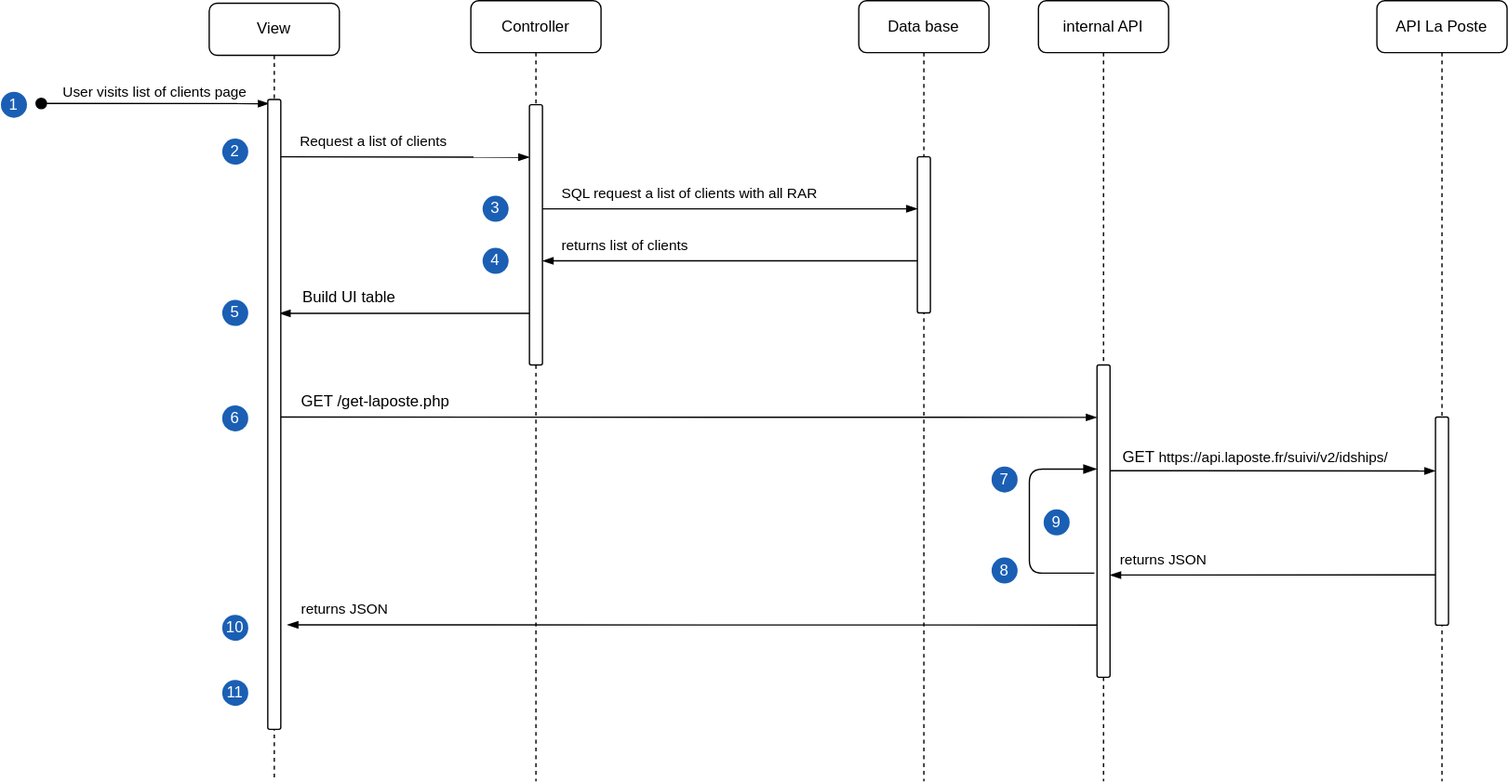
Earlier version of the draw.io export src/IMG/DIAGRAM-SEQUENCE-LAPOSTE_API.svg (Remi-Lerolle/Pages-perso). Source tidied: cells renumbered, new cells last; positions are measured from the earlier drawing's top-left corner, leaving out a move shared by most shapes.
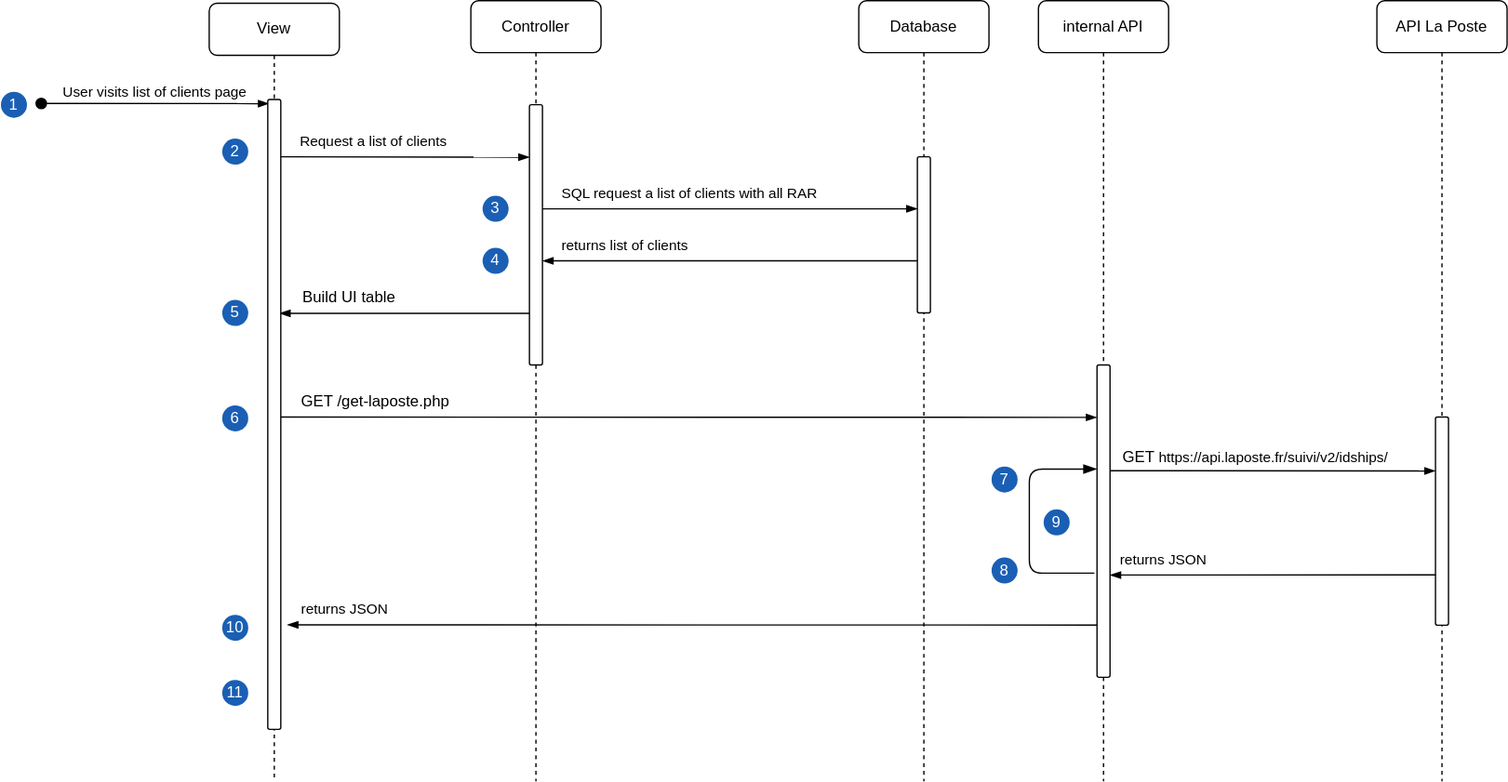
After the commit.

Diff of the diagram source:
```diff
@@ -14,7 +14,7 @@
         <mxPoint x="-155" y="79.1" as="targetPoint" />
       </mxGeometry>
     </mxCell>
-    <mxCell id="5" value="Data base" style="shape=umlLifeline;perimeter=lifelinePerimeter;whiteSpace=wrap;html=1;newEdgeStyle={&quot;edgeStyle&quot;:&quot;elbowEdgeStyle&quot;,&quot;elbow&quot;:&quot;vertical&quot;,&quot;curved&quot;:0,&quot;rounded&quot;:0};labelBackgroundColor=none;rounded=1;" parent="1" vertex="1">
+    <mxCell id="5" value="Database" style="shape=umlLifeline;perimeter=lifelinePerimeter;whiteSpace=wrap;html=1;newEdgeStyle={&quot;edgeStyle&quot;:&quot;elbowEdgeStyle&quot;,&quot;elbow&quot;:&quot;vertical&quot;,&quot;curved&quot;:0,&quot;rounded&quot;:0};labelBackgroundColor=none;rounded=1;" parent="1" vertex="1">
       <mxGeometry x="659" width="100" height="600" as="geometry" />
     </mxCell>
     <mxCell id="6" style="html=1;perimeter=orthogonalPerimeter;targetShapes=umlLifeline;newEdgeStyle={&quot;edgeStyle&quot;:&quot;elbowEdgeStyle&quot;,&quot;elbow&quot;:&quot;vertical&quot;,&quot;curved&quot;:0,&quot;rounded&quot;:0};labelBackgroundColor=none;rounded=1;" parent="5" vertex="1">
```
